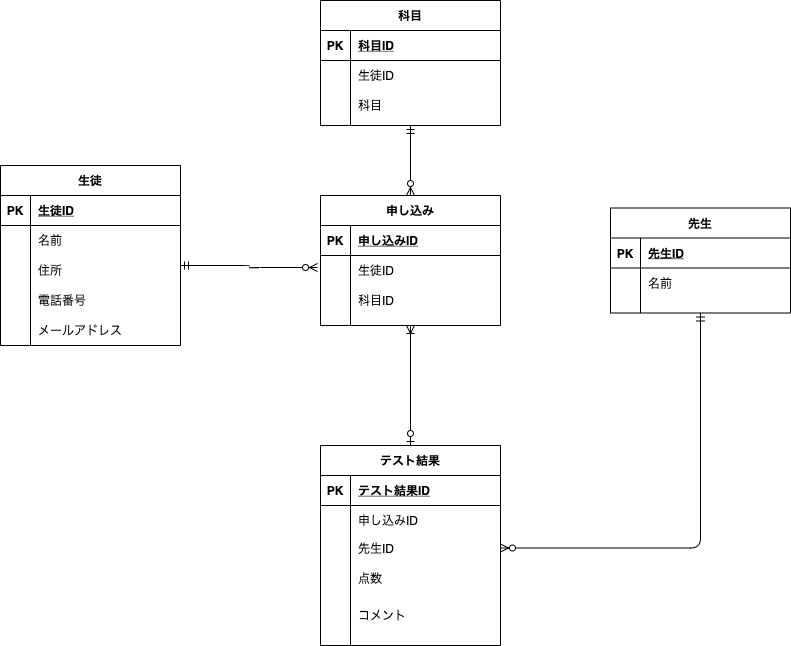
Earlier version of the draw.io export ERtest.drawio.png (Ufaa/DB20210802goto). Source tidied: cells renumbered, new cells last; positions are measured from the earlier drawing's top-left corner, leaving out a move shared by most shapes.
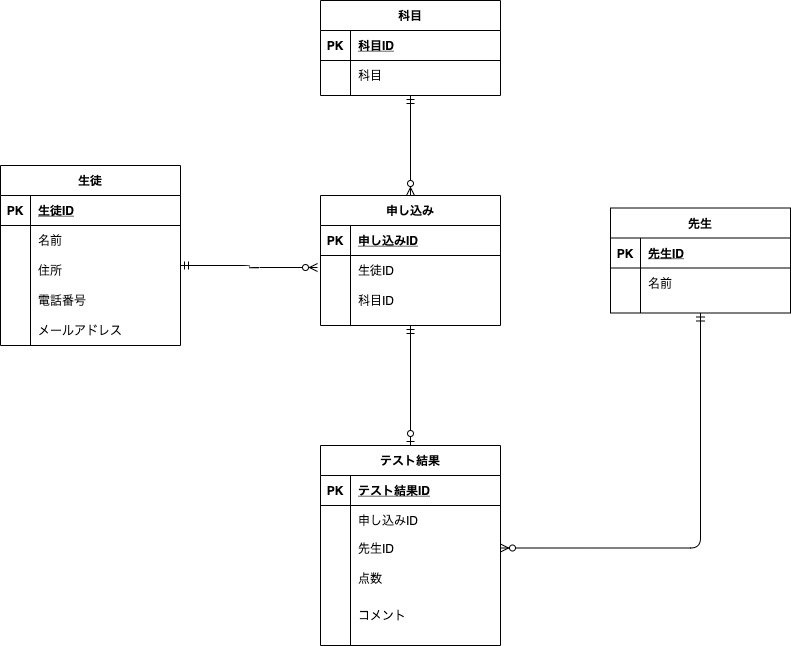
After the change.

What changed in the source:
```diff
@@ -150,7 +150,7 @@
       <mxGeometry x="30" width="150" height="40" as="geometry" />
     </mxCell>
     <mxCell id="51" value="科目" style="shape=table;startSize=30;rowLines=0;fontStyle=1;align=center;" parent="1" vertex="1">
-      <mxGeometry x="320" width="180" height="125" as="geometry" />
+      <mxGeometry x="320" width="180" height="95" as="geometry" />
     </mxCell>
     <mxCell id="52" style="shape=partialRectangle;fillColor=none;top=0;left=0;bottom=1;right=0;" parent="51" vertex="1">
       <mxGeometry y="30" width="180" height="30" as="geometry" />
@@ -161,17 +161,8 @@
     <mxCell id="54" value="科目ID" style="shape=partialRectangle;fillColor=none;top=0;left=0;bottom=0;right=0;align=left;spacingLeft=6;fontStyle=5;overflow=hidden;" parent="52" vertex="1">
       <mxGeometry x="30" width="150" height="30" as="geometry" />
     </mxCell>
-    <mxCell id="55" style="shape=partialRectangle;fillColor=none;top=0;left=0;bottom=0;right=0;" parent="51" vertex="1">
-      <mxGeometry y="60" width="180" height="30" as="geometry" />
-    </mxCell>
-    <mxCell id="56" style="shape=partialRectangle;fillColor=none;top=0;left=0;bottom=0;right=0;overflow=hidden;" parent="55" vertex="1">
-      <mxGeometry width="30" height="30" as="geometry" />
-    </mxCell>
-    <mxCell id="57" value="生徒ID" style="shape=partialRectangle;fillColor=none;top=0;left=0;bottom=0;right=0;align=left;spacingLeft=6;overflow=hidden;" parent="55" vertex="1">
-      <mxGeometry x="30" width="150" height="30" as="geometry" />
-    </mxCell>
     <mxCell id="58" style="shape=partialRectangle;fillColor=none;top=0;left=0;bottom=0;right=0;" parent="51" vertex="1">
-      <mxGeometry y="90" width="180" height="30" as="geometry" />
+      <mxGeometry y="60" width="180" height="30" as="geometry" />
     </mxCell>
     <mxCell id="59" style="shape=partialRectangle;fillColor=none;top=0;left=0;bottom=0;right=0;overflow=hidden;" parent="58" vertex="1">
       <mxGeometry width="30" height="30" as="geometry" />
@@ -192,11 +183,11 @@
     <mxCell id="62" style="fontSize=12;html=1;endArrow=ERzeroToMany;startArrow=ERmandOne;exitX=0.5;exitY=1;exitDx=0;exitDy=0;entryX=0.5;entryY=0;entryDx=0;entryDy=0;" parent="1" edge="1" source="51" target="9">
       <mxGeometry relative="1" as="geometry" />
     </mxCell>
-    <mxCell id="63" style="fontSize=12;html=1;endArrow=ERoneToMany;startArrow=ERzeroToOne;entryX=0.5;entryY=1;entryDx=0;entryDy=0;exitX=0.5;exitY=0;exitDx=0;exitDy=0;" parent="1" edge="1" source="35" target="9">
-      <mxGeometry relative="1" as="geometry" />
-    </mxCell>
     <mxCell id="64" style="edgeStyle=orthogonalEdgeStyle;fontSize=12;html=1;endArrow=ERzeroToMany;startArrow=ERmandOne;exitX=0.5;exitY=1;exitDx=0;exitDy=0;entryX=1;entryY=0.5;entryDx=0;entryDy=0;" parent="1" edge="1" source="2" target="42">
       <mxGeometry relative="1" as="geometry" />
     </mxCell>
+    <mxCell id="65" style="fontSize=12;html=1;endArrow=ERzeroToOne;startArrow=ERmandOne;exitX=0.5;exitY=1;exitDx=0;exitDy=0;entryX=0.5;entryY=0;entryDx=0;entryDy=0;" parent="1" edge="1" source="9" target="35">
+      <mxGeometry relative="1" as="geometry" />
+    </mxCell>
   </root>
 </mxGraphModel>
```
